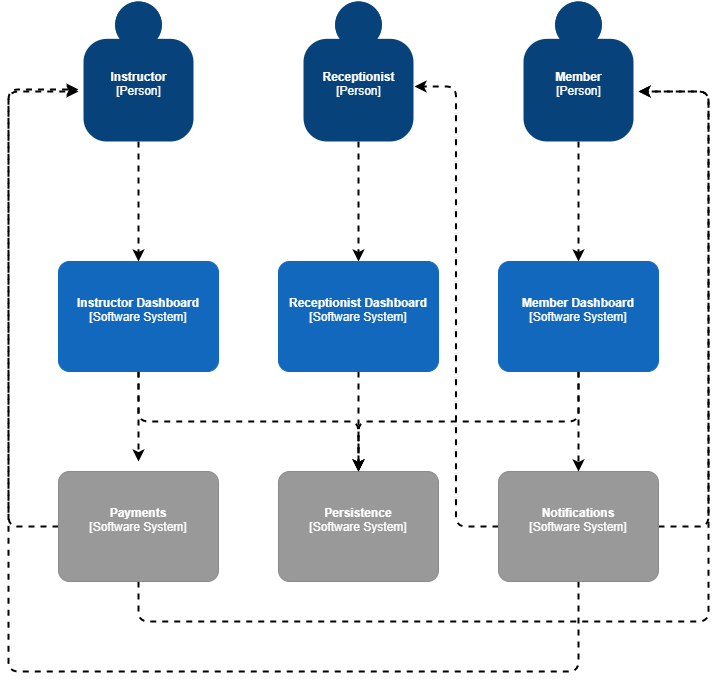
The draw.io diagram doc/context-diagram.png in nico-guba/deloitte-advantage, before a commit. Source tidied: cells renumbered, new cells last; positions are measured from the earlier drawing's top-left corner, leaving out a move shared by most shapes.
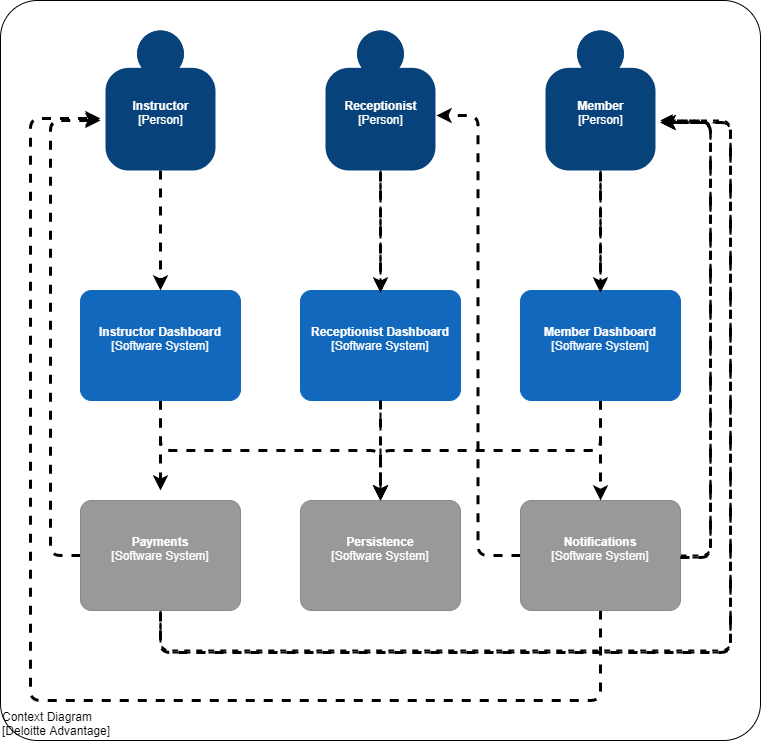
Later version of the same file.

Commit message:
while background and legend added

Diff of the diagram source:
```diff
@@ -2,6 +2,11 @@
   <root>
     <mxCell id="0" />
     <mxCell id="1" parent="0" />
+    <object id="24" label="&lt;div style=&quot;text-align: left&quot;&gt;%c4Name%&lt;/div&gt;&lt;div style=&quot;text-align: left&quot;&gt;[%c4Application%]&lt;/div&gt;" c4Application="Deloitte Advantage" c4Name="Context Diagram" c4Type="ExecutionEnvironment" placeholders="1">
+      <mxCell style="rounded=1;whiteSpace=wrap;html=1;labelBackgroundColor=none;fillColor=#ffffff;fontColor=#000000;align=left;arcSize=5;strokeColor=#000000;verticalAlign=bottom;metaData={&quot;c4Type&quot;:{&quot;editable&quot;:false}};" parent="1" vertex="1">
+        <mxGeometry x="-30" y="-30" width="760" height="740" as="geometry" />
+      </mxCell>
+    </object>
     <mxCell id="2" style="edgeStyle=orthogonalEdgeStyle;rounded=0;jettySize=auto;html=1;exitX=0.5;exitY=1;exitDx=0;exitDy=0;exitPerimeter=0;entryX=0.5;entryY=0;entryDx=0;entryDy=0;entryPerimeter=0;dashed=1;strokeWidth=2;" parent="1" edge="1" source="3" target="5">
       <mxGeometry relative="1" as="geometry" />
     </mxCell>
@@ -25,11 +30,11 @@
         <mxGeometry x="270" y="470" width="160" height="110" as="geometry" />
       </mxCell>
     </object>
-    <mxCell id="7" style="edgeStyle=elbowEdgeStyle;jettySize=auto;html=1;dashed=1;strokeWidth=2;rounded=1;" parent="1" edge="1" source="9">
+    <mxCell id="7" style="edgeStyle=elbowEdgeStyle;jettySize=auto;html=1;dashed=1;strokeWidth=3;rounded=1;strokeColor=#000000;" parent="1" edge="1" source="9">
       <mxGeometry relative="1" as="geometry">
         <mxPoint x="70" y="90" as="targetPoint" />
         <Array as="points">
-          <mxPoint y="410" />
+          <mxPoint x="20" y="310" />
         </Array>
       </mxGeometry>
     </mxCell>
@@ -52,15 +57,15 @@
       <mxGeometry relative="1" as="geometry">
         <mxPoint x="630" y="90" as="targetPoint" />
         <Array as="points">
-          <mxPoint x="700" y="270" />
+          <mxPoint x="680" y="310" />
           <mxPoint x="690" y="210" />
         </Array>
       </mxGeometry>
     </mxCell>
-    <mxCell id="11" style="edgeStyle=orthogonalEdgeStyle;jettySize=auto;html=1;entryX=1.009;entryY=0.607;entryDx=0;entryDy=0;entryPerimeter=0;dashed=1;strokeWidth=2;jumpStyle=none;rounded=1;" parent="1" edge="1" source="13" target="3">
+    <mxCell id="11" style="edgeStyle=orthogonalEdgeStyle;jettySize=auto;html=1;entryX=1.009;entryY=0.607;entryDx=0;entryDy=0;entryPerimeter=0;dashed=1;strokeWidth=3;jumpStyle=none;rounded=1;strokeColor=#000000;" parent="1" edge="1" source="13" target="3">
       <mxGeometry relative="1" as="geometry" />
     </mxCell>
-    <mxCell id="12" style="edgeStyle=orthogonalEdgeStyle;jettySize=auto;html=1;dashed=1;strokeWidth=2;rounded=1;" parent="1" edge="1" source="13">
+    <mxCell id="12" style="edgeStyle=orthogonalEdgeStyle;jettySize=auto;html=1;dashed=1;strokeWidth=3;rounded=1;strokeColor=#000000;" parent="1" edge="1" source="13">
       <mxGeometry relative="1" as="geometry">
         <mxPoint x="70" y="88" as="targetPoint" />
         <Array as="points">
@@ -75,7 +80,7 @@
         <mxGeometry x="490" y="470" width="160" height="110" as="geometry" />
       </mxCell>
     </object>
-    <mxCell id="14" style="edgeStyle=orthogonalEdgeStyle;rounded=0;jettySize=auto;html=1;exitX=0.5;exitY=1;exitDx=0;exitDy=0;exitPerimeter=0;entryX=0.5;entryY=0;entryDx=0;entryDy=0;entryPerimeter=0;dashed=1;strokeWidth=2;" parent="1" edge="1" source="15" target="20">
+    <mxCell id="14" style="edgeStyle=orthogonalEdgeStyle;rounded=1;jettySize=auto;html=1;exitX=0.5;exitY=1;exitDx=0;exitDy=0;exitPerimeter=0;entryX=0.5;entryY=0;entryDx=0;entryDy=0;entryPerimeter=0;dashed=1;strokeWidth=3;strokeColor=#000000;" parent="1" edge="1" source="15" target="20">
       <mxGeometry relative="1" as="geometry" />
     </mxCell>
     <object id="15" label="&lt;b&gt;%c4Name%&lt;/b&gt;&lt;div&gt;[%c4Type%]&lt;/div&gt;&lt;br&gt;&lt;div&gt;%c4Description%&lt;/div&gt;" c4Description="" c4Name="Instructor" c4Type="Person" placeholders="1">
@@ -91,10 +96,10 @@
         <mxGeometry x="515" width="110" height="140" as="geometry" />
       </mxCell>
     </object>
-    <mxCell id="18" style="edgeStyle=orthogonalEdgeStyle;jettySize=auto;html=1;exitX=0.5;exitY=1;exitDx=0;exitDy=0;exitPerimeter=0;dashed=1;strokeWidth=2;rounded=1;" parent="1" edge="1" source="20" target="6">
+    <mxCell id="18" style="edgeStyle=orthogonalEdgeStyle;jettySize=auto;html=1;exitX=0.5;exitY=1;exitDx=0;exitDy=0;exitPerimeter=0;dashed=1;strokeWidth=3;rounded=1;strokeColor=#000000;" parent="1" edge="1" source="20" target="6">
       <mxGeometry relative="1" as="geometry" />
     </mxCell>
-    <mxCell id="19" style="edgeStyle=orthogonalEdgeStyle;rounded=0;jettySize=auto;html=1;exitX=0.5;exitY=1;exitDx=0;exitDy=0;exitPerimeter=0;dashed=1;strokeWidth=2;" parent="1" edge="1" source="20">
+    <mxCell id="19" style="edgeStyle=orthogonalEdgeStyle;rounded=1;jettySize=auto;html=1;exitX=0.5;exitY=1;exitDx=0;exitDy=0;exitPerimeter=0;dashed=1;strokeWidth=3;strokeColor=#000000;" parent="1" edge="1" source="20">
       <mxGeometry relative="1" as="geometry">
         <mxPoint x="130" y="460" as="targetPoint" />
       </mxGeometry>
@@ -104,7 +109,7 @@
         <mxGeometry x="50" y="260" width="160" height="110" as="geometry" />
       </mxCell>
     </object>
-    <mxCell id="21" style="edgeStyle=orthogonalEdgeStyle;jettySize=auto;html=1;dashed=1;strokeWidth=2;rounded=1;" parent="1" edge="1" source="23">
+    <mxCell id="21" style="edgeStyle=orthogonalEdgeStyle;jettySize=auto;html=1;dashed=1;strokeWidth=3;rounded=1;strokeColor=#000000;" parent="1" edge="1" source="23">
       <mxGeometry relative="1" as="geometry">
         <mxPoint x="350" y="470" as="targetPoint" />
         <Array as="points">
@@ -113,7 +118,7 @@
         </Array>
       </mxGeometry>
     </mxCell>
-    <mxCell id="22" style="edgeStyle=orthogonalEdgeStyle;rounded=0;jettySize=auto;html=1;exitX=0.5;exitY=1;exitDx=0;exitDy=0;exitPerimeter=0;entryX=0.5;entryY=0;entryDx=0;entryDy=0;entryPerimeter=0;dashed=1;strokeWidth=2;" parent="1" edge="1" source="23" target="13">
+    <mxCell id="22" style="edgeStyle=orthogonalEdgeStyle;rounded=1;jettySize=auto;html=1;exitX=0.5;exitY=1;exitDx=0;exitDy=0;exitPerimeter=0;entryX=0.5;entryY=0;entryDx=0;entryDy=0;entryPerimeter=0;dashed=1;strokeWidth=3;strokeColor=#000000;" parent="1" edge="1" source="23" target="13">
       <mxGeometry relative="1" as="geometry" />
     </mxCell>
     <object id="23" label="&lt;b&gt;%c4Name%&lt;/b&gt;&lt;div&gt;[%c4Type%]&lt;/div&gt;&lt;br&gt;&lt;div&gt;%c4Description%&lt;/div&gt;" c4Description="" c4Name="Member Dashboard" c4Type="Software System" placeholders="1">
@@ -121,5 +126,77 @@
         <mxGeometry x="490" y="260" width="160" height="110" as="geometry" />
       </mxCell>
     </object>
+    <mxCell id="25" style="edgeStyle=elbowEdgeStyle;rounded=1;orthogonalLoop=1;jettySize=auto;html=1;exitX=1;exitY=0.5;exitDx=0;exitDy=0;exitPerimeter=0;dashed=1;strokeWidth=2;" parent="1" edge="1">
+      <mxGeometry relative="1" as="geometry">
+        <mxPoint x="650" y="527" as="sourcePoint" />
+        <mxPoint x="630" y="92" as="targetPoint" />
+        <Array as="points">
+          <mxPoint x="680" y="312" />
+          <mxPoint x="690" y="212" />
+        </Array>
+      </mxGeometry>
+    </mxCell>
+    <mxCell id="26" style="edgeStyle=orthogonalEdgeStyle;orthogonalLoop=1;jettySize=auto;html=1;exitX=0.5;exitY=1;exitDx=0;exitDy=0;exitPerimeter=0;dashed=1;strokeWidth=2;rounded=1;" parent="1" edge="1">
+      <mxGeometry relative="1" as="geometry">
+        <mxPoint x="130" y="582" as="sourcePoint" />
+        <mxPoint x="630" y="92" as="targetPoint" />
+        <Array as="points">
+          <mxPoint x="130" y="622" />
+          <mxPoint x="700" y="622" />
+          <mxPoint x="700" y="92" />
+        </Array>
+      </mxGeometry>
+    </mxCell>
+    <mxCell id="27" style="edgeStyle=orthogonalEdgeStyle;rounded=0;orthogonalLoop=1;jettySize=auto;html=1;entryX=0.5;entryY=0;entryDx=0;entryDy=0;entryPerimeter=0;dashed=1;strokeWidth=2;" parent="1" edge="1">
+      <mxGeometry relative="1" as="geometry">
+        <mxPoint x="570" y="142" as="sourcePoint" />
+        <mxPoint x="570" y="262" as="targetPoint" />
+      </mxGeometry>
+    </mxCell>
+    <mxCell id="28" style="edgeStyle=orthogonalEdgeStyle;rounded=0;orthogonalLoop=1;jettySize=auto;html=1;exitX=0.5;exitY=1;exitDx=0;exitDy=0;exitPerimeter=0;entryX=0.5;entryY=0;entryDx=0;entryDy=0;entryPerimeter=0;dashed=1;strokeWidth=2;" parent="1" edge="1">
+      <mxGeometry relative="1" as="geometry">
+        <mxPoint x="350" y="142" as="sourcePoint" />
+        <mxPoint x="350" y="262" as="targetPoint" />
+      </mxGeometry>
+    </mxCell>
+    <mxCell id="29" style="edgeStyle=elbowEdgeStyle;rounded=1;orthogonalLoop=1;jettySize=auto;html=1;exitX=1;exitY=0.5;exitDx=0;exitDy=0;exitPerimeter=0;dashed=1;strokeWidth=3;strokeColor=#000000;" parent="1" edge="1">
+      <mxGeometry relative="1" as="geometry">
+        <mxPoint x="650" y="527" as="sourcePoint" />
+        <mxPoint x="630" y="92" as="targetPoint" />
+        <Array as="points">
+          <mxPoint x="680" y="312" />
+          <mxPoint x="690" y="212" />
+        </Array>
+      </mxGeometry>
+    </mxCell>
+    <mxCell id="30" style="edgeStyle=orthogonalEdgeStyle;orthogonalLoop=1;jettySize=auto;html=1;exitX=0.5;exitY=1;exitDx=0;exitDy=0;exitPerimeter=0;dashed=1;strokeWidth=3;rounded=1;strokeColor=#000000;" parent="1" edge="1">
+      <mxGeometry relative="1" as="geometry">
+        <mxPoint x="130" y="582" as="sourcePoint" />
+        <mxPoint x="630" y="92" as="targetPoint" />
+        <Array as="points">
+          <mxPoint x="130" y="622" />
+          <mxPoint x="700" y="622" />
+          <mxPoint x="700" y="92" />
+        </Array>
+      </mxGeometry>
+    </mxCell>
+    <mxCell id="31" style="edgeStyle=orthogonalEdgeStyle;rounded=1;orthogonalLoop=1;jettySize=auto;html=1;entryX=0.5;entryY=0;entryDx=0;entryDy=0;entryPerimeter=0;dashed=1;strokeWidth=3;strokeColor=#000000;" parent="1" edge="1">
+      <mxGeometry relative="1" as="geometry">
+        <mxPoint x="570" y="142" as="sourcePoint" />
+        <mxPoint x="570" y="262" as="targetPoint" />
+      </mxGeometry>
+    </mxCell>
+    <mxCell id="32" style="edgeStyle=orthogonalEdgeStyle;rounded=1;orthogonalLoop=1;jettySize=auto;html=1;exitX=0.5;exitY=1;exitDx=0;exitDy=0;exitPerimeter=0;entryX=0.5;entryY=0;entryDx=0;entryDy=0;entryPerimeter=0;dashed=1;strokeWidth=3;strokeColor=#000000;" parent="1" edge="1">
+      <mxGeometry relative="1" as="geometry">
+        <mxPoint x="350" y="142" as="sourcePoint" />
+        <mxPoint x="350" y="262" as="targetPoint" />
+      </mxGeometry>
+    </mxCell>
+    <mxCell id="33" style="edgeStyle=orthogonalEdgeStyle;rounded=1;orthogonalLoop=1;jettySize=auto;html=1;dashed=1;strokeWidth=3;strokeColor=#000000;" parent="1" edge="1">
+      <mxGeometry relative="1" as="geometry">
+        <mxPoint x="350" y="370" as="sourcePoint" />
+        <mxPoint x="350" y="470" as="targetPoint" />
+      </mxGeometry>
+    </mxCell>
   </root>
 </mxGraphModel>
```
